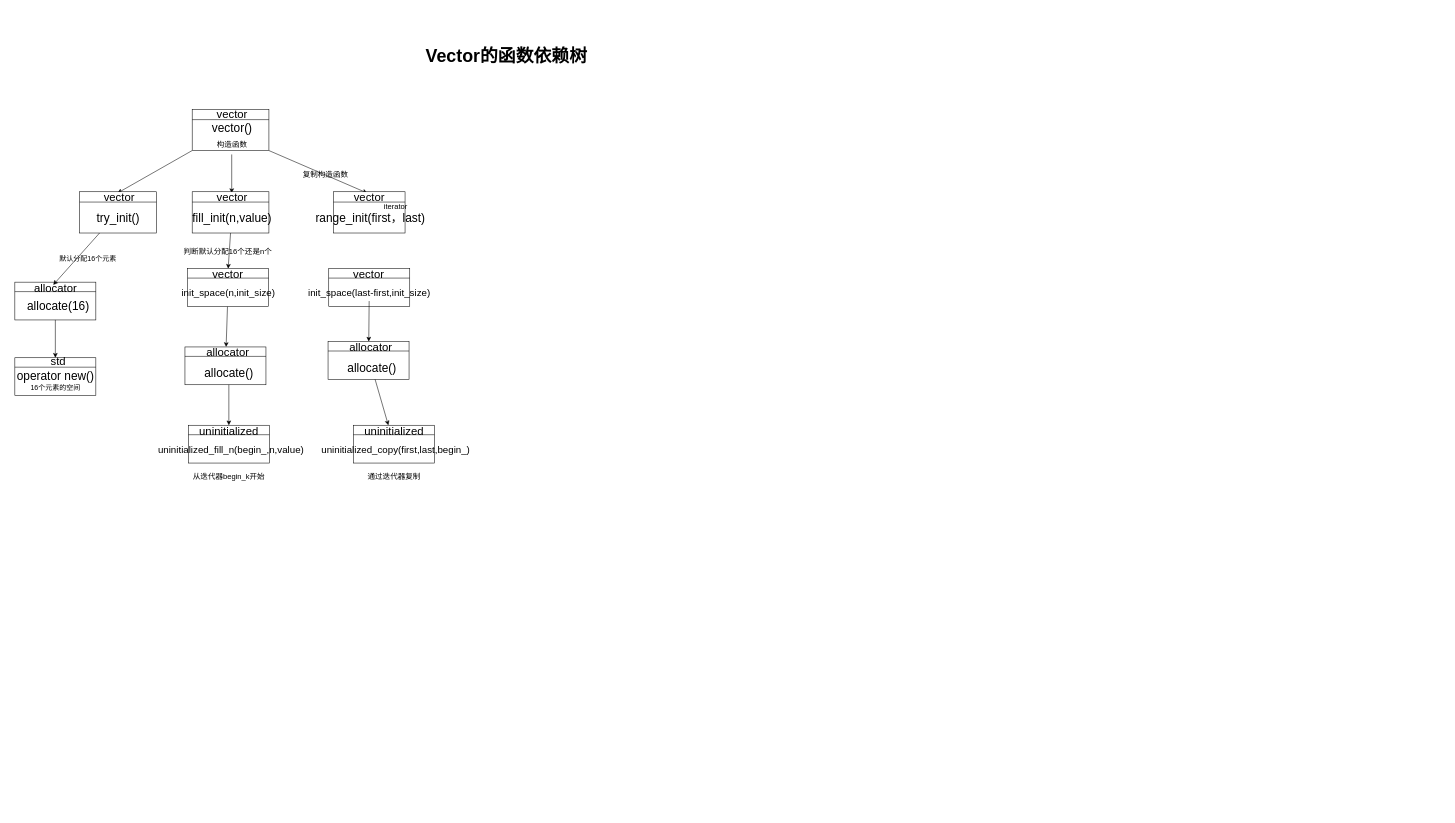
OutLaw111/Vector_Dependency-tree keeps this draw.io diagram as dependency_tree.drawio. Above is the earlier version. Source tidied: cells renumbered, new cells numbered last; positions are measured from the earlier drawing's top-left corner, leaving out a move shared by most shapes. Both pictures are drawn from the tidied source at 54%, with x=0, y=0 at pixel (9, 42).
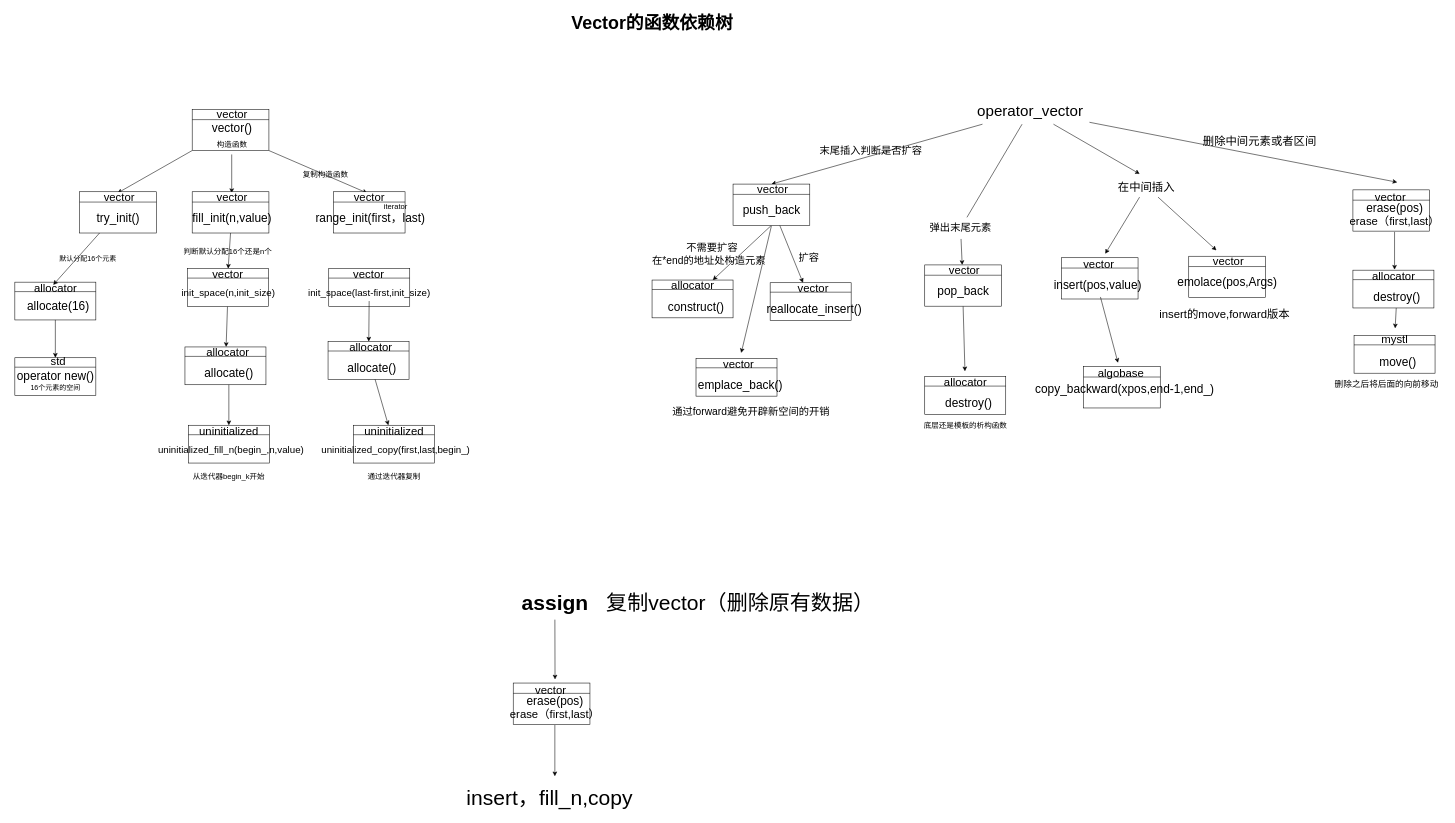
The same diagram, later.

What changed in the source:
```diff
@@
     <mxCell id="2" value="&lt;b&gt;&lt;font style=&quot;font-size: 33px;&quot;&gt;Vector的函数依赖树&lt;/font&gt;&lt;/b&gt;" style="text;html=1;align=center;verticalAlign=middle;strokeColor=none;fillColor=none;" parent="1" vertex="1">
-      <mxGeometry x="760" width="320" height="50" as="geometry" />
+      <mxGeometry x="1030" y="-60" width="320" height="50" as="geometry" />
     </mxCell>
@@
+    <mxCell id="70" style="edgeStyle=none;rounded=0;jettySize=auto;html=1;entryX=0.5;entryY=0;entryDx=0;entryDy=0;fontSize=28;endArrow=classic;endFill=1;" parent="1" edge="1" source="74" target="78">
+      <mxGeometry relative="1" as="geometry" />
+    </mxCell>
+    <mxCell id="71" style="edgeStyle=none;rounded=0;jettySize=auto;html=1;fontSize=19;endArrow=classic;endFill=1;startArrow=none;" parent="1" edge="1" source="109" target="83">
+      <mxGeometry relative="1" as="geometry" />
+    </mxCell>
+    <mxCell id="72" style="edgeStyle=none;rounded=0;jettySize=auto;html=1;entryX=0.408;entryY=-0.073;entryDx=0;entryDy=0;entryPerimeter=0;fontSize=14;endArrow=classic;endFill=1;" parent="1" edge="1" source="74" target="113">
+      <mxGeometry relative="1" as="geometry" />
+    </mxCell>
+    <mxCell id="73" style="edgeStyle=none;rounded=0;jettySize=auto;html=1;fontSize=21;endArrow=classic;endFill=1;" parent="1" edge="1" source="74">
+      <mxGeometry relative="1" as="geometry">
+        <mxPoint x="2570" y="260" as="targetPoint" />
+      </mxGeometry>
+    </mxCell>
+    <mxCell id="74" value="&lt;font style=&quot;font-size: 28px;&quot;&gt;operator_vector&lt;/font&gt;" style="text;html=1;align=center;verticalAlign=middle;points=[];strokeColor=none;fillColor=none;fontSize=14;" parent="1" vertex="1">
+      <mxGeometry x="1780" y="102.5" width="220" height="50" as="geometry" />
+    </mxCell>
+    <mxCell id="75" style="edgeStyle=none;rounded=0;jettySize=auto;html=1;exitX=0.5;exitY=1;exitDx=0;exitDy=0;fontSize=19;endArrow=classic;endFill=1;" parent="1" edge="1" source="78" target="88">
+      <mxGeometry relative="1" as="geometry" />
+    </mxCell>
+    <mxCell id="76" style="edgeStyle=none;rounded=0;jettySize=auto;html=1;fontSize=19;endArrow=classic;endFill=1;" parent="1" edge="1" source="78" target="94">
+      <mxGeometry relative="1" as="geometry" />
+    </mxCell>
+    <mxCell id="77" style="edgeStyle=none;rounded=0;jettySize=auto;html=1;fontSize=19;endArrow=classic;endFill=1;" parent="1" edge="1" target="101">
+      <mxGeometry relative="1" as="geometry">
+        <mxPoint x="1411" y="341.1" as="sourcePoint" />
+      </mxGeometry>
+    </mxCell>
+    <mxCell id="78" style="rounded=0;whiteSpace=wrap;html=1;fontSize=33;" parent="1" vertex="1">
+      <mxGeometry x="1340" y="263.4" width="142.1" height="76.4" as="geometry" />
+    </mxCell>
+    <mxCell id="79" style="endArrow=none;html=1;rounded=0;fontSize=33;exitX=0;exitY=0.25;exitDx=0;exitDy=0;entryX=1;entryY=0.25;entryDx=0;entryDy=0;" parent="1" edge="1" source="78" target="78">
+      <mxGeometry relative="1" as="geometry" />
+    </mxCell>
+    <mxCell id="80" value="vector" style="text;html=1;align=center;verticalAlign=middle;strokeColor=none;fillColor=none;fontSize=21;" parent="1" vertex="1">
+      <mxGeometry x="1373.2" y="252.5" width="80" height="40" as="geometry" />
+    </mxCell>
+    <mxCell id="81" value="push_back" style="text;html=1;align=center;verticalAlign=middle;strokeColor=none;fillColor=none;fontSize=22;" parent="1" vertex="1">
+      <mxGeometry x="1346" y="292.5" width="130" height="40" as="geometry" />
+    </mxCell>
+    <mxCell id="82" style="edgeStyle=none;rounded=0;jettySize=auto;html=1;exitX=0.5;exitY=1;exitDx=0;exitDy=0;fontSize=14;endArrow=classic;endFill=1;" parent="1" edge="1" source="83" target="106">
+      <mxGeometry relative="1" as="geometry" />
+    </mxCell>
+    <mxCell id="83" style="rounded=0;whiteSpace=wrap;html=1;fontSize=33;" parent="1" vertex="1">
+      <mxGeometry x="1695" y="413.1" width="142.1" height="76.4" as="geometry" />
+    </mxCell>
+    <mxCell id="84" style="endArrow=none;html=1;rounded=0;fontSize=33;exitX=0;exitY=0.25;exitDx=0;exitDy=0;entryX=1;entryY=0.25;entryDx=0;entryDy=0;" parent="1" edge="1" source="83" target="83">
+      <mxGeometry relative="1" as="geometry" />
+    </mxCell>
+    <mxCell id="85" value="vector" style="text;html=1;align=center;verticalAlign=middle;strokeColor=none;fillColor=none;fontSize=21;" parent="1" vertex="1">
+      <mxGeometry x="1728.2" y="402.2" width="80" height="40" as="geometry" />
+    </mxCell>
+    <mxCell id="86" value="pop_back" style="text;html=1;align=center;verticalAlign=middle;strokeColor=none;fillColor=none;fontSize=22;" parent="1" vertex="1">
+      <mxGeometry x="1706" y="442.2" width="120" height="40" as="geometry" />
+    </mxCell>
+    <mxCell id="87" value="&lt;font style=&quot;font-size: 19px;&quot;&gt;末尾插入判断是否扩容&lt;/font&gt;" style="text;html=1;align=center;verticalAlign=middle;strokeColor=none;fillColor=none;fontSize=28;" parent="1" vertex="1">
+      <mxGeometry x="1490" y="172.5" width="210" height="50" as="geometry" />
+    </mxCell>
+    <mxCell id="88" style="rounded=0;whiteSpace=wrap;html=1;fontSize=33;" parent="1" vertex="1">
+      <mxGeometry x="1190" y="441.1" width="150" height="70" as="geometry" />
+    </mxCell>
+    <mxCell id="89" style="endArrow=none;html=1;rounded=0;fontSize=33;exitX=0;exitY=0.25;exitDx=0;exitDy=0;entryX=1;entryY=0.25;entryDx=0;entryDy=0;" parent="1" edge="1" source="88" target="88">
+      <mxGeometry relative="1" as="geometry" />
+    </mxCell>
+    <mxCell id="90" value="allocator" style="text;html=1;align=center;verticalAlign=middle;strokeColor=none;fillColor=none;fontSize=21;" parent="1" vertex="1">
+      <mxGeometry x="1215" y="431.1" width="100" height="40" as="geometry" />
+    </mxCell>
+    <mxCell id="91" value="construct()" style="text;html=1;align=center;verticalAlign=middle;strokeColor=none;fillColor=none;fontSize=22;" parent="1" vertex="1">
+      <mxGeometry x="1206.3" y="471.1" width="130" height="40" as="geometry" />
+    </mxCell>
+    <mxCell id="92" value="不需要扩容" style="text;html=1;align=center;verticalAlign=middle;strokeColor=none;fillColor=none;fontSize=19;" parent="1" vertex="1">
+      <mxGeometry x="1241" y="361.1" width="120" height="40" as="geometry" />
+    </mxCell>
+    <mxCell id="93" value="在*end的地址处构造元素" style="text;html=1;align=center;verticalAlign=middle;strokeColor=none;fillColor=none;fontSize=19;" parent="1" vertex="1">
+      <mxGeometry x="1180" y="386.1" width="230" height="40" as="geometry" />
+    </mxCell>
+    <mxCell id="94" style="rounded=0;whiteSpace=wrap;html=1;fontSize=33;" parent="1" vertex="1">
+      <mxGeometry x="1408.7" y="446.1" width="150" height="70" as="geometry" />
+    </mxCell>
+    <mxCell id="95" style="endArrow=none;html=1;rounded=0;fontSize=33;exitX=0;exitY=0.25;exitDx=0;exitDy=0;entryX=1;entryY=0.25;entryDx=0;entryDy=0;" parent="1" edge="1" source="94" target="94">
+      <mxGeometry relative="1" as="geometry" />
+    </mxCell>
+    <mxCell id="96" value="vector" style="text;html=1;align=center;verticalAlign=middle;strokeColor=none;fillColor=none;fontSize=21;" parent="1" vertex="1">
+      <mxGeometry x="1447.7" y="436.1" width="80" height="40" as="geometry" />
+    </mxCell>
+    <mxCell id="97" value="reallocate_insert()" style="text;html=1;align=center;verticalAlign=middle;strokeColor=none;fillColor=none;fontSize=22;" parent="1" vertex="1">
+      <mxGeometry x="1390" y="476.1" width="200" height="40" as="geometry" />
+    </mxCell>
+    <mxCell id="98" value="扩容" style="text;html=1;align=center;verticalAlign=middle;strokeColor=none;fillColor=none;fontSize=19;" parent="1" vertex="1">
+      <mxGeometry x="1450" y="381.1" width="60" height="40" as="geometry" />
+    </mxCell>
+    <mxCell id="99" style="rounded=0;whiteSpace=wrap;html=1;fontSize=33;" parent="1" vertex="1">
+      <mxGeometry x="1271.4" y="586.1" width="150" height="70" as="geometry" />
+    </mxCell>
+    <mxCell id="100" style="endArrow=none;html=1;rounded=0;fontSize=33;exitX=0;exitY=0.25;exitDx=0;exitDy=0;entryX=1;entryY=0.25;entryDx=0;entryDy=0;" parent="1" edge="1" source="99" target="99">
+      <mxGeometry relative="1" as="geometry" />
+    </mxCell>
+    <mxCell id="101" value="vector" style="text;html=1;align=center;verticalAlign=middle;points=[];strokeColor=none;fillColor=none;fontSize=21;" parent="1" vertex="1">
+      <mxGeometry x="1310.4" y="576.1" width="80" height="40" as="geometry" />
+    </mxCell>
+    <mxCell id="102" value="emplace_back()" style="text;html=1;align=center;verticalAlign=middle;strokeColor=none;fillColor=none;fontSize=22;" parent="1" vertex="1">
+      <mxGeometry x="1262.7" y="616.1" width="180" height="40" as="geometry" />
+    </mxCell>
+    <mxCell id="103" value="通过forward避免开辟新空间的开销" style="text;html=1;align=center;verticalAlign=middle;strokeColor=none;fillColor=none;fontSize=19;" parent="1" vertex="1">
+      <mxGeometry x="1217.7" y="666.1" width="310" height="40" as="geometry" />
+    </mxCell>
+    <mxCell id="104" style="rounded=0;whiteSpace=wrap;html=1;fontSize=33;" parent="1" vertex="1">
+      <mxGeometry x="1695" y="620" width="150" height="70" as="geometry" />
+    </mxCell>
+    <mxCell id="105" style="endArrow=none;html=1;rounded=0;fontSize=33;exitX=0;exitY=0.25;exitDx=0;exitDy=0;entryX=1;entryY=0.25;entryDx=0;entryDy=0;" parent="1" edge="1" source="104" target="104">
+      <mxGeometry relative="1" as="geometry" />
+    </mxCell>
+    <mxCell id="106" value="allocator" style="text;html=1;align=center;verticalAlign=middle;points=[];strokeColor=none;fillColor=none;fontSize=21;" parent="1" vertex="1">
+      <mxGeometry x="1720" y="610" width="100" height="40" as="geometry" />
+    </mxCell>
+    <mxCell id="107" value="destroy()" style="text;html=1;align=center;verticalAlign=middle;strokeColor=none;fillColor=none;fontSize=22;" parent="1" vertex="1">
+      <mxGeometry x="1721.3" y="650" width="110" height="40" as="geometry" />
+    </mxCell>
+    <mxCell id="108" value="&lt;font style=&quot;font-size: 14px;&quot;&gt;底层还是模板的析构函数&lt;/font&gt;" style="text;html=1;align=center;verticalAlign=middle;strokeColor=none;fillColor=none;fontSize=19;" parent="1" vertex="1">
+      <mxGeometry x="1680" y="690" width="180" height="40" as="geometry" />
+    </mxCell>
+    <mxCell id="109" value="弹出末尾元素" style="text;html=1;align=center;verticalAlign=middle;points=[];strokeColor=none;fillColor=none;fontSize=19;" parent="1" vertex="1">
+      <mxGeometry x="1691.3" y="325" width="140" height="40" as="geometry" />
+    </mxCell>
+    <mxCell id="110" style="edgeStyle=none;rounded=0;jettySize=auto;html=1;fontSize=19;endArrow=none;endFill=1;" parent="1" edge="1" source="74" target="109">
+      <mxGeometry relative="1" as="geometry" />
+    </mxCell>
+    <mxCell id="111" style="edgeStyle=none;rounded=0;jettySize=auto;html=1;fontSize=21;endArrow=classic;endFill=1;" parent="1" edge="1" source="113" target="116">
+      <mxGeometry relative="1" as="geometry" />
+    </mxCell>
+    <mxCell id="112" style="edgeStyle=none;rounded=0;jettySize=auto;html=1;fontSize=21;endArrow=classic;endFill=1;" parent="1" edge="1" source="113" target="121">
+      <mxGeometry relative="1" as="geometry" />
+    </mxCell>
+    <mxCell id="113" value="&lt;font style=&quot;font-size: 21px;&quot;&gt;在中间插入&lt;/font&gt;" style="text;html=1;align=center;verticalAlign=middle;points=[];strokeColor=none;fillColor=none;fontSize=14;" parent="1" vertex="1">
+      <mxGeometry x="2040" y="247.5" width="130" height="40" as="geometry" />
+    </mxCell>
+    <mxCell id="114" style="rounded=0;whiteSpace=wrap;html=1;fontSize=33;" parent="1" vertex="1">
+      <mxGeometry x="1947.9" y="399.8" width="142.1" height="76.4" as="geometry" />
+    </mxCell>
+    <mxCell id="115" style="endArrow=none;html=1;rounded=0;fontSize=33;exitX=0;exitY=0.25;exitDx=0;exitDy=0;entryX=1;entryY=0.25;entryDx=0;entryDy=0;" parent="1" edge="1" source="114" target="114">
+      <mxGeometry relative="1" as="geometry" />
+    </mxCell>
+    <mxCell id="116" value="vector" style="text;html=1;align=center;verticalAlign=middle;points=[];strokeColor=none;fillColor=none;fontSize=21;" parent="1" vertex="1">
+      <mxGeometry x="1977.1" y="392.4" width="80" height="40" as="geometry" />
+    </mxCell>
+    <mxCell id="117" style="edgeStyle=none;rounded=0;jettySize=auto;html=1;fontSize=21;endArrow=classic;endFill=1;" parent="1" edge="1" source="118" target="125">
+      <mxGeometry relative="1" as="geometry" />
+    </mxCell>
+    <mxCell id="118" value="insert(pos,value)" style="text;html=1;align=center;verticalAlign=middle;points=[];strokeColor=none;fillColor=none;fontSize=22;" parent="1" vertex="1">
+      <mxGeometry x="1920" y="432.4" width="190" height="40" as="geometry" />
+    </mxCell>
+    <mxCell id="119" style="rounded=0;whiteSpace=wrap;html=1;fontSize=33;" parent="1" vertex="1">
+      <mxGeometry x="2183.9" y="397" width="142.1" height="76.4" as="geometry" />
+    </mxCell>
+    <mxCell id="120" style="endArrow=none;html=1;rounded=0;fontSize=33;exitX=0;exitY=0.25;exitDx=0;exitDy=0;entryX=1;entryY=0.25;entryDx=0;entryDy=0;" parent="1" edge="1" source="119" target="119">
+      <mxGeometry relative="1" as="geometry" />
+    </mxCell>
+    <mxCell id="121" value="vector" style="text;html=1;align=center;verticalAlign=middle;points=[];strokeColor=none;fillColor=none;fontSize=21;" parent="1" vertex="1">
+      <mxGeometry x="2217.1" y="386.1" width="80" height="40" as="geometry" />
+    </mxCell>
+    <mxCell id="122" value="emolace(pos,Args)" style="text;html=1;align=center;verticalAlign=middle;strokeColor=none;fillColor=none;fontSize=22;" parent="1" vertex="1">
+      <mxGeometry x="2150" y="426.1" width="210" height="40" as="geometry" />
+    </mxCell>
+    <mxCell id="123" style="rounded=0;whiteSpace=wrap;html=1;fontSize=33;" parent="1" vertex="1">
+      <mxGeometry x="1989" y="601.6" width="142.1" height="76.4" as="geometry" />
+    </mxCell>
+    <mxCell id="124" style="endArrow=none;html=1;rounded=0;fontSize=33;exitX=0;exitY=0.25;exitDx=0;exitDy=0;entryX=1;entryY=0.25;entryDx=0;entryDy=0;" parent="1" edge="1" source="123" target="123">
+      <mxGeometry relative="1" as="geometry" />
+    </mxCell>
+    <mxCell id="125" value="algobase" style="text;html=1;align=center;verticalAlign=middle;points=[];strokeColor=none;fillColor=none;fontSize=21;" parent="1" vertex="1">
+      <mxGeometry x="2003.2" y="594.3" width="110" height="40" as="geometry" />
+    </mxCell>
+    <mxCell id="126" value="copy_backward(xpos,end-1,end_)" style="text;html=1;align=center;verticalAlign=middle;strokeColor=none;fillColor=none;fontSize=22;" parent="1" vertex="1">
+      <mxGeometry x="1890" y="624.3" width="350" height="40" as="geometry" />
+    </mxCell>
+    <mxCell id="127" value="insert的move,forward版本" style="text;html=1;align=center;verticalAlign=middle;strokeColor=none;fillColor=none;fontSize=21;" parent="1" vertex="1">
+      <mxGeometry x="2120" y="482.5" width="260" height="40" as="geometry" />
+    </mxCell>
+    <mxCell id="128" value="删除中间元素或者区间" style="text;html=1;align=center;verticalAlign=middle;strokeColor=none;fillColor=none;fontSize=21;" parent="1" vertex="1">
+      <mxGeometry x="2200" y="162.5" width="230" height="40" as="geometry" />
+    </mxCell>
+    <mxCell id="129" style="rounded=0;whiteSpace=wrap;html=1;fontSize=33;" parent="1" vertex="1">
+      <mxGeometry x="2487.9" y="274.1" width="142.1" height="76.4" as="geometry" />
+    </mxCell>
+    <mxCell id="130" style="endArrow=none;html=1;rounded=0;fontSize=33;exitX=0;exitY=0.25;exitDx=0;exitDy=0;entryX=1;entryY=0.25;entryDx=0;entryDy=0;" parent="1" edge="1" source="129" target="129">
+      <mxGeometry relative="1" as="geometry" />
+    </mxCell>
+    <mxCell id="131" value="vector" style="text;html=1;align=center;verticalAlign=middle;strokeColor=none;fillColor=none;fontSize=21;" parent="1" vertex="1">
+      <mxGeometry x="2517.1" y="266.7" width="80" height="40" as="geometry" />
+    </mxCell>
+    <mxCell id="132" value="erase(pos)" style="text;html=1;align=center;verticalAlign=middle;strokeColor=none;fillColor=none;fontSize=22;" parent="1" vertex="1">
+      <mxGeometry x="2500" y="288.6" width="130" height="40" as="geometry" />
+    </mxCell>
+    <mxCell id="133" style="edgeStyle=none;rounded=0;jettySize=auto;html=1;fontSize=21;endArrow=classic;endFill=1;" parent="1" edge="1" source="134">
+      <mxGeometry relative="1" as="geometry">
+        <mxPoint x="2565" y="421.9" as="targetPoint" />
+      </mxGeometry>
+    </mxCell>
+    <mxCell id="134" value="erase（first,last）" style="text;html=1;align=center;verticalAlign=middle;points=[];strokeColor=none;fillColor=none;fontSize=21;" parent="1" vertex="1">
+      <mxGeometry x="2470" y="311.9" width="190" height="40" as="geometry" />
+    </mxCell>
+    <mxCell id="135" style="rounded=0;whiteSpace=wrap;html=1;fontSize=33;" parent="1" vertex="1">
+      <mxGeometry x="2487.9" y="422.8" width="150" height="70" as="geometry" />
+    </mxCell>
+    <mxCell id="136" style="endArrow=none;html=1;rounded=0;fontSize=33;exitX=0;exitY=0.25;exitDx=0;exitDy=0;entryX=1;entryY=0.25;entryDx=0;entryDy=0;" parent="1" edge="1" source="135" target="135">
+      <mxGeometry relative="1" as="geometry" />
+    </mxCell>
+    <mxCell id="137" value="allocator" style="text;html=1;align=center;verticalAlign=middle;strokeColor=none;fillColor=none;fontSize=21;" parent="1" vertex="1">
+      <mxGeometry x="2512.9" y="412.8" width="100" height="40" as="geometry" />
+    </mxCell>
+    <mxCell id="138" style="edgeStyle=none;rounded=0;jettySize=auto;html=1;fontSize=16;endArrow=classic;endFill=1;" parent="1" edge="1" source="139" target="143">
+      <mxGeometry relative="1" as="geometry" />
+    </mxCell>
+    <mxCell id="139" value="destroy()" style="text;html=1;align=center;verticalAlign=middle;points=[];strokeColor=none;fillColor=none;fontSize=22;" parent="1" vertex="1">
+      <mxGeometry x="2514.2" y="452.8" width="110" height="40" as="geometry" />
+    </mxCell>
+    <mxCell id="140" style="rounded=0;whiteSpace=wrap;html=1;fontSize=33;" parent="1" vertex="1">
+      <mxGeometry x="2490" y="543.6" width="150" height="70" as="geometry" />
+    </mxCell>
+    <mxCell id="141" style="endArrow=none;html=1;rounded=0;fontSize=33;exitX=0;exitY=0.25;exitDx=0;exitDy=0;entryX=1;entryY=0.25;entryDx=0;entryDy=0;" parent="1" edge="1" source="140" target="140">
+      <mxGeometry relative="1" as="geometry" />
+    </mxCell>
+    <mxCell id="142" value="move()" style="text;html=1;align=center;verticalAlign=middle;strokeColor=none;fillColor=none;fontSize=22;" parent="1" vertex="1">
+      <mxGeometry x="2526.3" y="573.6" width="90" height="40" as="geometry" />
+    </mxCell>
+    <mxCell id="143" value="mystl" style="text;html=1;align=center;verticalAlign=middle;points=[];strokeColor=none;fillColor=none;fontSize=21;" parent="1" vertex="1">
+      <mxGeometry x="2530" y="530.5" width="70" height="40" as="geometry" />
+    </mxCell>
+    <mxCell id="144" value="&lt;font style=&quot;font-size: 16px;&quot;&gt;删除之后将后面的向前移动&lt;/font&gt;" style="text;html=1;align=center;verticalAlign=middle;strokeColor=none;fillColor=none;fontSize=21;" parent="1" vertex="1">
+      <mxGeometry x="2440" y="611.9" width="220" height="40" as="geometry" />
+    </mxCell>
+    <mxCell id="145" style="edgeStyle=none;rounded=0;jettySize=auto;html=1;entryX=0.603;entryY=0.019;entryDx=0;entryDy=0;entryPerimeter=0;fontSize=39;endArrow=classic;endFill=1;" parent="1" edge="1" source="146" target="150">
+      <mxGeometry relative="1" as="geometry" />
+    </mxCell>
+    <mxCell id="146" value="&lt;b&gt;&lt;font style=&quot;font-size: 39px;&quot;&gt;assign&lt;/font&gt;&lt;/b&gt;" style="text;html=1;align=center;verticalAlign=middle;points=[];strokeColor=none;fillColor=none;fontSize=16;" parent="1" vertex="1">
+      <mxGeometry x="935" y="1010" width="150" height="60" as="geometry" />
+    </mxCell>
+    <mxCell id="147" value="复制vector（删除原有数据）" style="text;html=1;align=center;verticalAlign=middle;strokeColor=none;fillColor=none;fontSize=39;" parent="1" vertex="1">
+      <mxGeometry x="1092.7" y="1010" width="520" height="60" as="geometry" />
+    </mxCell>
+    <mxCell id="148" style="rounded=0;whiteSpace=wrap;html=1;fontSize=33;" parent="1" vertex="1">
+      <mxGeometry x="932.9" y="1187.4" width="142.1" height="76.4" as="geometry" />
+    </mxCell>
+    <mxCell id="149" style="endArrow=none;html=1;rounded=0;fontSize=33;exitX=0;exitY=0.25;exitDx=0;exitDy=0;entryX=1;entryY=0.25;entryDx=0;entryDy=0;" parent="1" edge="1" source="148" target="148">
+      <mxGeometry relative="1" as="geometry" />
+    </mxCell>
+    <mxCell id="150" value="vector" style="text;html=1;align=center;verticalAlign=middle;points=[];strokeColor=none;fillColor=none;fontSize=21;" parent="1" vertex="1">
+      <mxGeometry x="962.1" y="1180" width="80" height="40" as="geometry" />
+    </mxCell>
+    <mxCell id="151" value="erase(pos)" style="text;html=1;align=center;verticalAlign=middle;strokeColor=none;fillColor=none;fontSize=22;" parent="1" vertex="1">
+      <mxGeometry x="945" y="1201.9" width="130" height="40" as="geometry" />
+    </mxCell>
+    <mxCell id="152" style="edgeStyle=none;rounded=0;jettySize=auto;html=1;fontSize=39;endArrow=classic;endFill=1;" parent="1" edge="1" source="153">
+      <mxGeometry relative="1" as="geometry">
+        <mxPoint x="1010" y="1360" as="targetPoint" />
+      </mxGeometry>
+    </mxCell>
+    <mxCell id="153" value="erase（first,last）" style="text;html=1;align=center;verticalAlign=middle;points=[];strokeColor=none;fillColor=none;fontSize=21;" parent="1" vertex="1">
+      <mxGeometry x="915" y="1225.1" width="190" height="40" as="geometry" />
+    </mxCell>
+    <mxCell id="154" value="insert，fill_n,copy" style="text;html=1;align=center;verticalAlign=middle;strokeColor=none;fillColor=none;fontSize=39;" parent="1" vertex="1">
+      <mxGeometry x="835" y="1370" width="330" height="60" as="geometry" />
+    </mxCell>
```
